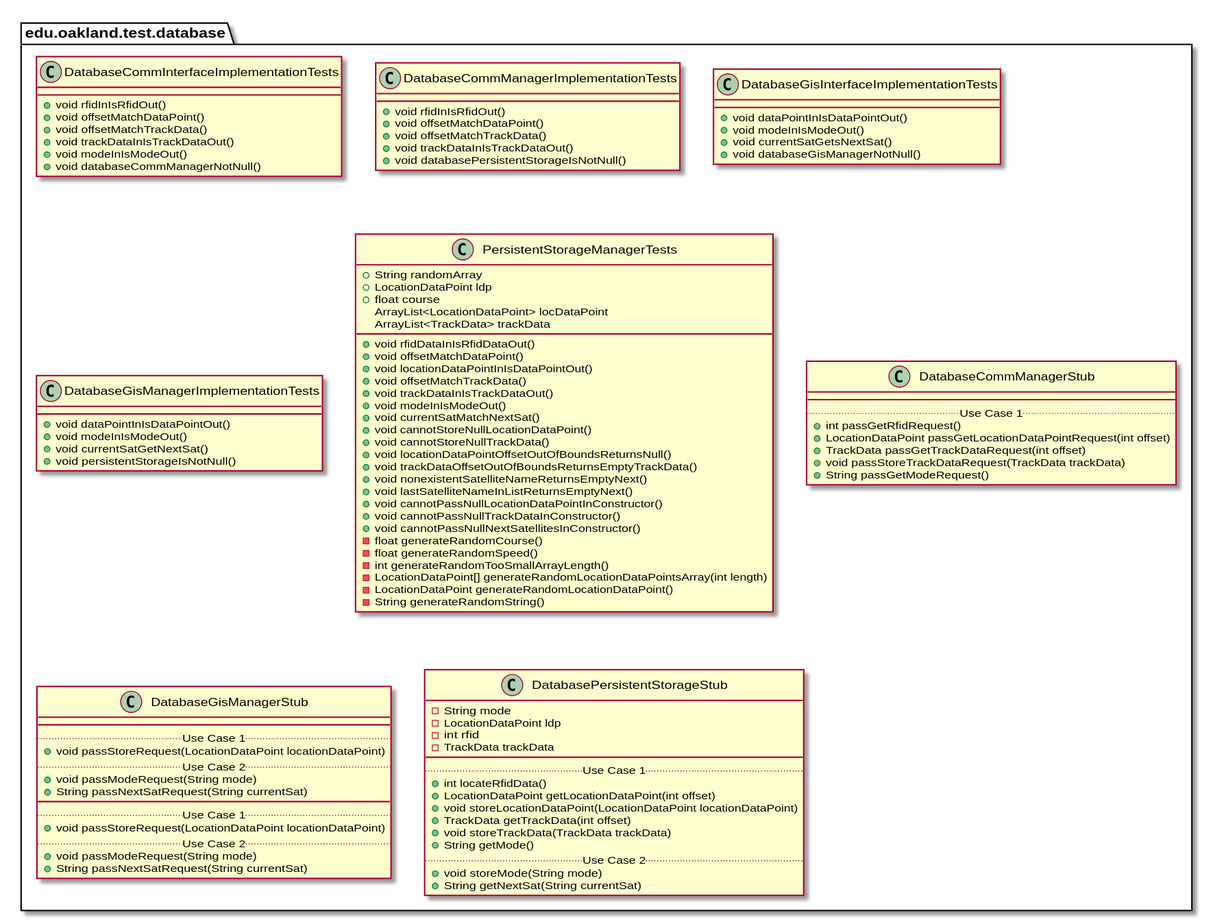
The PlantUML diagram docs/uml-class-diagrams/database/test/DatabaseTestPackage.svg in andrewdimmer/csi-3370-software-project, before a commit.
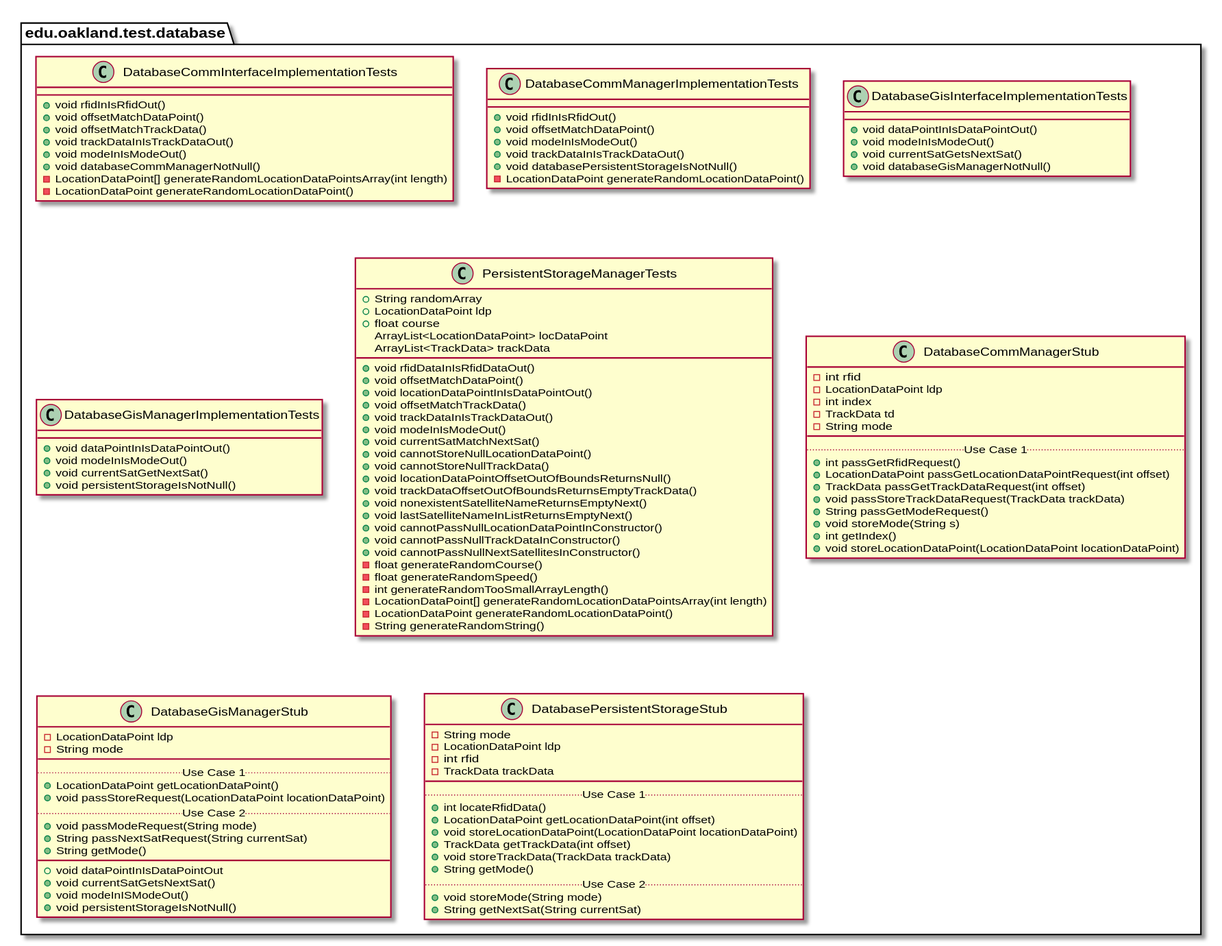
Later version of the same file.

Diff of the diagram source:
```diff
@@ -13,6 +13,8 @@
         + void trackDataInIsTrackDataOut()
         + void modeInIsModeOut()
         + void databaseCommManagerNotNull()
+        - LocationDataPoint[] generateRandomLocationDataPointsArray(int length)
+        - LocationDataPoint generateRandomLocationDataPoint()
     }
 }
 
@@ -21,9 +23,10 @@
     class DatabaseCommManagerImplementationTests {
         + void rfidInIsRfidOut()
         + void offsetMatchDataPoint()
-        + void offsetMatchTrackData()
+        + void modeInIsModeOut()
         + void trackDataInIsTrackDataOut()
         + void databasePersistentStorageIsNotNull()
+        - LocationDataPoint generateRandomLocationDataPoint()
     }
 }
 
@@ -83,6 +86,11 @@
 
 package edu.oakland.test.database {
     class DatabaseCommManagerStub {
+        - int rfid
+        - LocationDataPoint ldp
+        - int index
+        - TrackData td
+        - String mode
         __
         .. Use Case 1 ..
         + int passGetRfidRequest()
@@ -90,6 +98,25 @@
         + TrackData passGetTrackDataRequest(int offset)
         + void passStoreTrackDataRequest(TrackData trackData)
         + String passGetModeRequest()
+        + void storeMode(String s)
+        + int getIndex()
+        + void storeLocationDataPoint(LocationDataPoint locationDataPoint)
+    }
+}
+
+
+package edu.oakland.test.database {
+    class DatabaseGisManagerStub {
+        - LocationDataPoint ldp
+        - String mode
+        __
+        .. Use Case 1 ..
+        + LocationDataPoint getLocationDataPoint()
+        + void passStoreRequest(LocationDataPoint locationDataPoint)
+        .. Use Case 2 ..
+        + void passModeRequest(String mode)
+        + String passNextSatRequest(String currentSat)
+        + String getMode()
     }
 }
 
@@ -97,23 +124,10 @@
 package edu.oakland.test.database {
     class DatabaseGisManagerStub {
         __
-        .. Use Case 1 ..
-        + void passStoreRequest(LocationDataPoint locationDataPoint)
-        .. Use Case 2 ..
-        + void passModeRequest(String mode)
-        + String passNextSatRequest(String currentSat)
-    }
-}
-
-
-package edu.oakland.test.database {
-    class DatabaseGisManagerStub {
-        __
-        .. Use Case 1 ..
-        + void passStoreRequest(LocationDataPoint locationDataPoint)
-        .. Use Case 2 ..
-        + void passModeRequest(String mode)
-        + String passNextSatRequest(String currentSat)
+        + void dataPointInIsDataPointOut
+        + void currentSatGetsNextSat()
+        + void modeInISModeOut()
+        + void persistentStorageIsNotNull()
     }
 }
 
```
